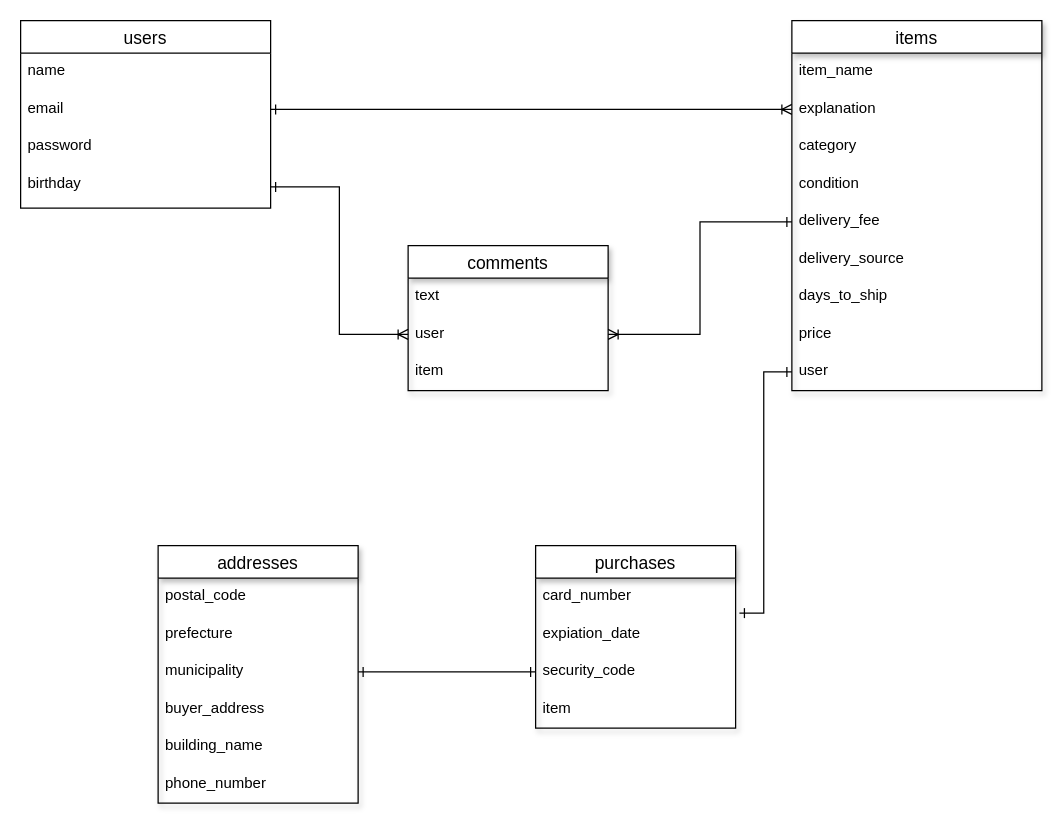
The draw.io diagram ER.dio in Im-Riku/furima-35036, before the edit. Source tidied: cells renumbered, new cells numbered last; positions are measured from the earlier drawing's top-left corner, leaving out a move shared by most shapes. Both pictures are drawn from the tidied source at 125%, with x=0, y=0 at pixel (20, 20).
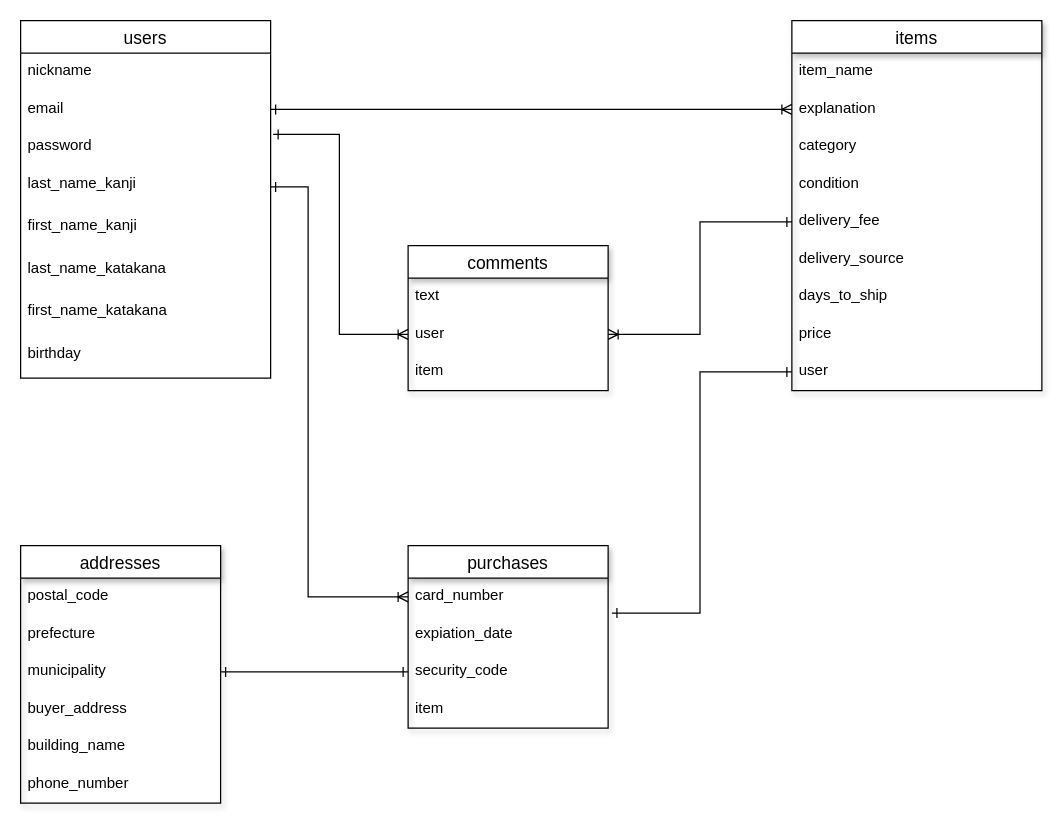
After the change.

Commit message (it also covers changes not shown here):
テーブル設計修正

The change refers to these unchanged cells:
```xml
<mxCell id="5" value="password" style="text;strokeColor=none;fillColor=none;spacingLeft=4;spacingRight=4;overflow=hidden;points=[[0,0.5],[1,0.5]];portConstraint=eastwest;fontSize=12;" parent="2" vertex="1">
  <mxGeometry y="86" width="200" height="30" as="geometry" />
</mxCell>
<mxCell id="19" value="user" style="text;strokeColor=none;fillColor=none;spacingLeft=4;spacingRight=4;overflow=hidden;points=[[0,0.5],[1,0.5]];portConstraint=eastwest;fontSize=12;" parent="17" vertex="1">
  <mxGeometry y="56" width="160" height="30" as="geometry" />
</mxCell>
<mxCell id="25" value="card_number" style="text;strokeColor=none;fillColor=none;spacingLeft=4;spacingRight=4;overflow=hidden;points=[[0,0.5],[1,0.5]];portConstraint=eastwest;fontSize=12;" parent="24" vertex="1">
  <mxGeometry y="26" width="160" height="30" as="geometry" />
</mxCell>
```

The edit, as a diff of the source:
```diff
@@
     <mxCell id="2" value="users" style="swimlane;fontStyle=0;horizontal=1;startSize=26;align=center;fontSize=14;" parent="1" vertex="1">
-      <mxGeometry width="200" height="150" as="geometry" />
+      <mxGeometry width="200" height="286" as="geometry" />
     </mxCell>
-    <mxCell id="3" value="name" style="text;strokeColor=none;fillColor=none;spacingLeft=4;spacingRight=4;overflow=hidden;fontSize=12;" parent="2" vertex="1">
+    <mxCell id="3" value="nickname" style="text;strokeColor=none;fillColor=none;spacingLeft=4;spacingRight=4;overflow=hidden;fontSize=12;" parent="2" vertex="1">
       <mxGeometry y="26" width="200" height="30" as="geometry" />
     </mxCell>
@@
-    <mxCell id="6" value="birthday" style="text;strokeColor=none;fillColor=none;spacingLeft=4;spacingRight=4;overflow=hidden;points=[[0,0.5],[1,0.5]];portConstraint=eastwest;fontSize=12;shadow=1;" parent="2" vertex="1">
+    <mxCell id="6" value="last_name_kanji" style="text;strokeColor=none;fillColor=none;spacingLeft=4;spacingRight=4;overflow=hidden;points=[[0,0.5],[1,0.5]];portConstraint=eastwest;fontSize=12;shadow=1;" parent="2" vertex="1">
       <mxGeometry y="116" width="200" height="34" as="geometry" />
     </mxCell>
+    <mxCell id="38" value="first_name_kanji" style="text;strokeColor=none;fillColor=none;spacingLeft=4;spacingRight=4;overflow=hidden;fontSize=12;shadow=1;" parent="2" vertex="1">
+      <mxGeometry y="150" width="200" height="34" as="geometry" />
+    </mxCell>
+    <mxCell id="39" value="last_name_katakana" style="text;strokeColor=none;fillColor=none;spacingLeft=4;spacingRight=4;overflow=hidden;fontSize=12;shadow=1;" parent="2" vertex="1">
+      <mxGeometry y="184" width="200" height="34" as="geometry" />
+    </mxCell>
+    <mxCell id="40" value="first_name_katakana" style="text;strokeColor=none;fillColor=none;spacingLeft=4;spacingRight=4;overflow=hidden;fontSize=12;shadow=1;" parent="2" vertex="1">
+      <mxGeometry y="218" width="200" height="34" as="geometry" />
+    </mxCell>
+    <mxCell id="41" value="birthday" style="text;strokeColor=none;fillColor=none;spacingLeft=4;spacingRight=4;overflow=hidden;fontSize=12;shadow=1;" parent="2" vertex="1">
+      <mxGeometry y="252" width="200" height="34" as="geometry" />
+    </mxCell>
@@
-    <mxCell id="22" style="edgeStyle=orthogonalEdgeStyle;rounded=0;jettySize=auto;html=1;exitX=1;exitY=0.5;exitDx=0;exitDy=0;startArrow=ERone;startFill=0;endArrow=ERoneToMany;endFill=0;" parent="1" edge="1" source="6" target="19">
+    <mxCell id="22" style="edgeStyle=orthogonalEdgeStyle;rounded=0;jettySize=auto;html=1;exitX=1.01;exitY=0.167;exitDx=0;exitDy=0;startArrow=ERone;startFill=0;endArrow=ERoneToMany;endFill=0;exitPerimeter=0;" parent="1" edge="1" source="5" target="19">
       <mxGeometry relative="1" as="geometry" />
     </mxCell>
@@
     <mxCell id="24" value="purchases" style="swimlane;fontStyle=0;horizontal=1;startSize=26;align=center;fontSize=14;shadow=1;" parent="1" vertex="1">
-      <mxGeometry x="412" y="420" width="160" height="146" as="geometry" />
+      <mxGeometry x="310" y="420" width="160" height="146" as="geometry" />
     </mxCell>
@@
     <mxCell id="30" value="addresses" style="swimlane;fontStyle=0;horizontal=1;startSize=26;align=center;fontSize=14;shadow=1;" parent="1" vertex="1">
-      <mxGeometry x="110" y="420" width="160" height="206" as="geometry" />
+      <mxGeometry y="420" width="160" height="206" as="geometry" />
     </mxCell>
@@
+    <mxCell id="42" style="edgeStyle=orthogonalEdgeStyle;rounded=0;jettySize=auto;html=1;startArrow=ERone;startFill=0;endArrow=ERoneToMany;endFill=0;targetPerimeterSpacing=0;strokeWidth=1;entryX=0;entryY=0.5;entryDx=0;entryDy=0;exitX=1;exitY=0.5;exitDx=0;exitDy=0;" parent="1" edge="1" source="6" target="25">
+      <mxGeometry relative="1" as="geometry">
+        <Array as="points">
+          <mxPoint x="230" y="133" />
+          <mxPoint x="230" y="461" />
+        </Array>
+      </mxGeometry>
+    </mxCell>
```
